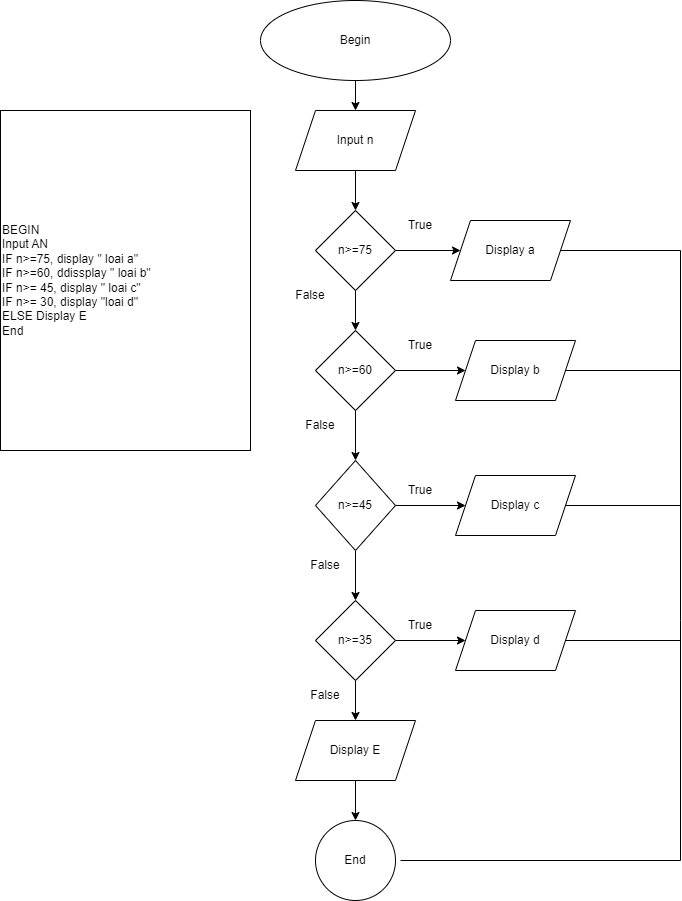
Earlier version of the draw.io export ss3_pseudocode_flowchart/Toan_cau_truc_co_dieu_kien/Toan_cau_truc_co_dieu_kien.drawio.png (C1222G1HuuThang/C1222G1--NguyenHuuThang). Source tidied: cells renumbered, new cells last; positions are measured from the earlier drawing's top-left corner, leaving out a move shared by most shapes.
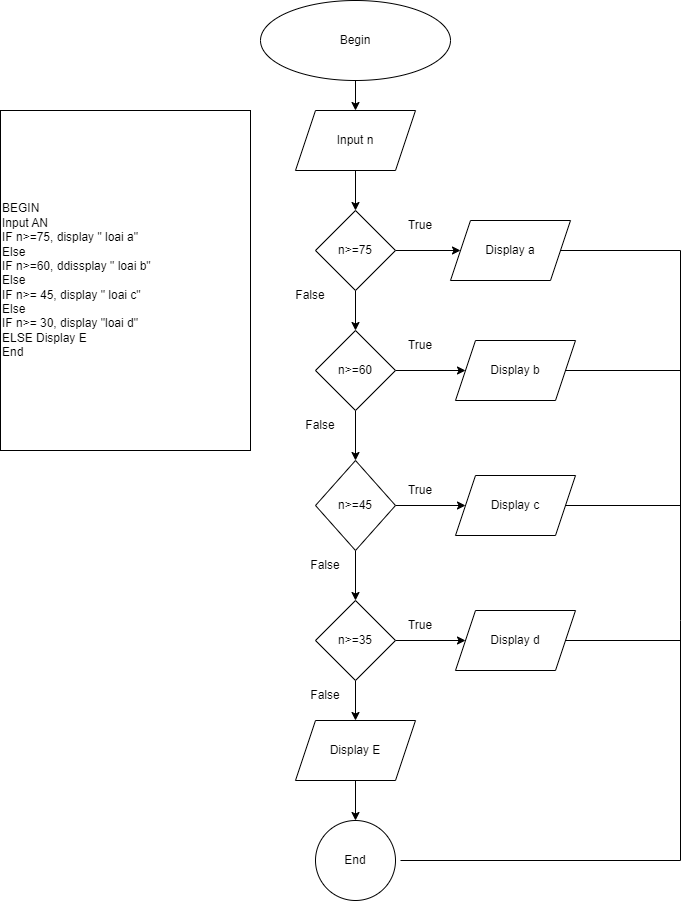
Later version of the same file.

Commit message:
n nap_bai_tap_so_3

Change to the diagram source:
```diff
@@ -120,7 +120,7 @@
         <mxPoint x="680" y="640" as="targetPoint" />
       </mxGeometry>
     </mxCell>
-    <mxCell id="37" value="BEGIN&lt;br&gt;Input AN&lt;br&gt;IF n&amp;gt;=75, display &quot; loai a&quot;&lt;br&gt;IF n&amp;gt;=60, ddissplay &quot; loai b&quot;&lt;br&gt;IF n&amp;gt;= 45, display &quot; loai c&quot;&lt;br&gt;IF n&amp;gt;= 30, display &quot;loai d&quot;&lt;br&gt;ELSE Display E&lt;br&gt;End" style="rounded=0;whiteSpace=wrap;html=1;align=left;" parent="1" vertex="1">
+    <mxCell id="37" value="BEGIN&lt;br&gt;Input AN&lt;br&gt;IF n&amp;gt;=75, display &quot; loai a&quot;&lt;br&gt;Else&lt;br&gt;IF n&amp;gt;=60, ddissplay &quot; loai b&quot;&lt;br&gt;Else&lt;br&gt;IF n&amp;gt;= 45, display &quot; loai c&quot;&lt;br&gt;Else&lt;br&gt;IF n&amp;gt;= 30, display &quot;loai d&quot;&lt;br&gt;ELSE Display E&lt;br&gt;End" style="rounded=0;whiteSpace=wrap;html=1;align=left;" parent="1" vertex="1">
       <mxGeometry y="110" width="250" height="340" as="geometry" />
     </mxCell>
   </root>
```
